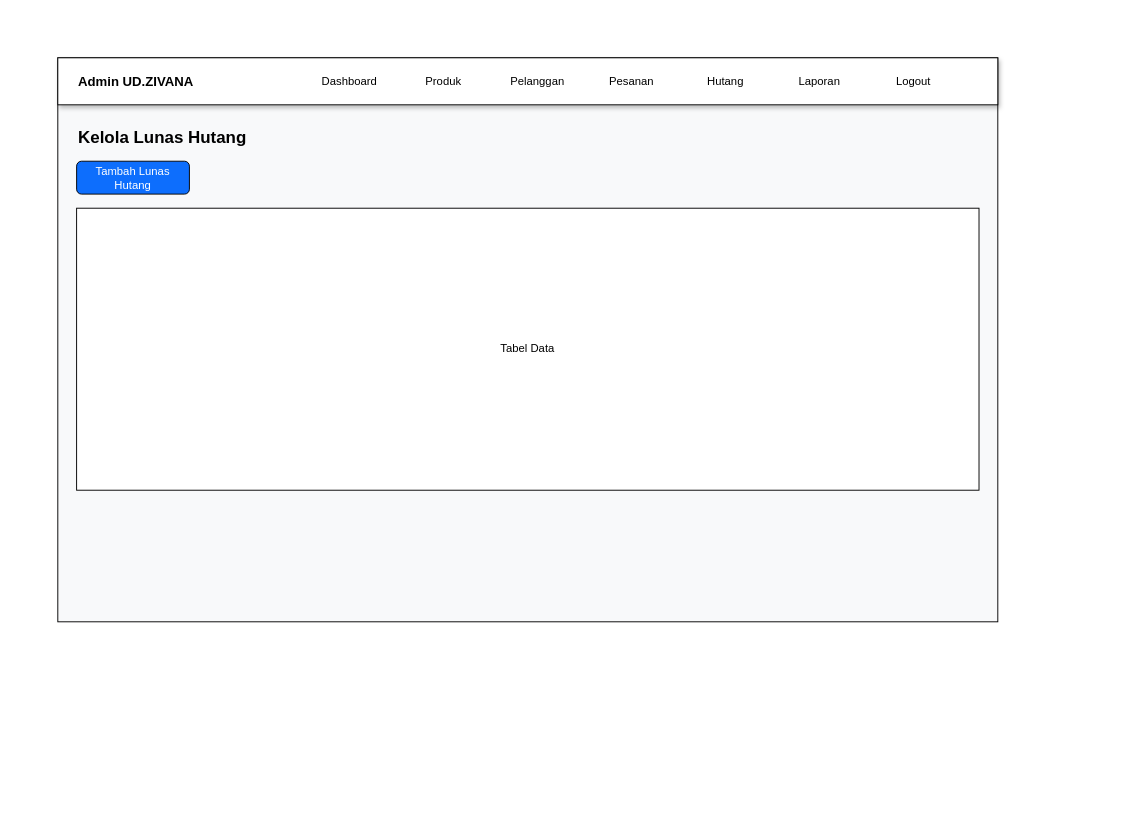
Earlier version of the draw.io diagram diagram/desain/admin/lunas_hutang.drawio (RajaSunrise/ud_zivana). Source tidied: cells renumbered, new cells numbered last; positions are measured from the earlier drawing's top-left corner, leaving out a move shared by most shapes. Both pictures are drawn from the tidied source at 94%, with x=0, y=0 at pixel (57, 57).
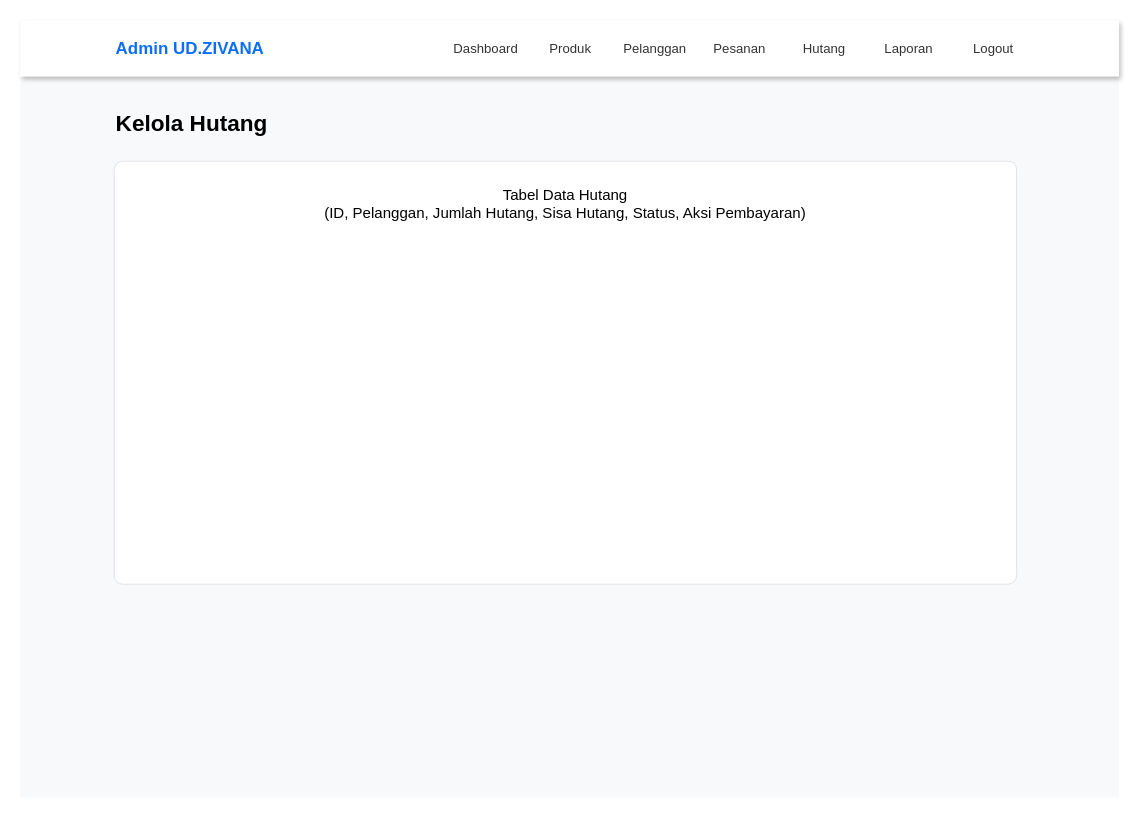
The same diagram, later.

Diff of the diagram source:
```diff
@@
 <mxGraphModel>
   <root>
     <mxCell id="0" />
     <mxCell id="1" parent="0" />
-    <mxCell id="2" style="rounded=0;whiteSpace=wrap;html=1;fillColor=#f8f9fa;" parent="1" vertex="1">
-      <mxGeometry width="1000" height="600" as="geometry" />
+    <mxCell id="2" style="rounded=0;whiteSpace=wrap;html=1;fillColor=#f8f9fa;strokeColor=none;" parent="1" vertex="1">
+      <mxGeometry x="-40" y="-40" width="1169" height="827" as="geometry" />
     </mxCell>
-    <mxCell id="3" style="rounded=0;whiteSpace=wrap;html=1;fillColor=#ffffff;shadow=1;" parent="1" vertex="1">
-      <mxGeometry width="1000" height="50" as="geometry" />
-    </mxCell>
+    <mxCell id="15" style="rounded=0;whiteSpace=wrap;html=1;fillColor=#ffffff;shadow=1;strokeColor=none;" parent="1" vertex="1">
+      <mxGeometry x="-40" y="-40" width="1169" height="60" as="geometry" />
+    </mxCell>
-    <mxCell id="4" value="Admin UD.ZIVANA" style="text;html=1;strokeColor=none;fillColor=none;align=left;verticalAlign=middle;fontStyle=1;fontSize=14;" parent="1" vertex="1">
-      <mxGeometry x="20" width="200" height="50" as="geometry" />
+    <mxCell id="4" value="Admin UD.ZIVANA" style="text;html=1;strokeColor=none;fillColor=none;align=left;verticalAlign=middle;fontStyle=1;fontSize=18;fontColor=#0d6efd;" parent="1" vertex="1">
+      <mxGeometry x="60" y="-30" width="200" height="40" as="geometry" />
     </mxCell>
-    <mxCell id="5" value="Dashboard" style="text;html=1;strokeColor=none;fillColor=none;align=center;verticalAlign=middle;" parent="1" vertex="1">
-      <mxGeometry x="260" width="100" height="50" as="geometry" />
+    <mxCell id="5" value="Dashboard" style="text;html=1;strokeColor=none;fillColor=none;align=center;verticalAlign=middle;fontSize=14;fontColor=#333333;" parent="1" vertex="1">
+      <mxGeometry x="410" y="-30" width="90" height="40" as="geometry" />
     </mxCell>
-    <mxCell id="6" value="Produk" style="text;html=1;strokeColor=none;fillColor=none;align=center;verticalAlign=middle;" parent="1" vertex="1">
-      <mxGeometry x="360" width="100" height="50" as="geometry" />
+    <mxCell id="6" value="Produk" style="text;html=1;strokeColor=none;fillColor=none;align=center;verticalAlign=middle;fontSize=14;fontColor=#333333;" parent="1" vertex="1">
+      <mxGeometry x="500" y="-30" width="90" height="40" as="geometry" />
     </mxCell>
-    <mxCell id="7" value="Pelanggan" style="text;html=1;strokeColor=none;fillColor=none;align=center;verticalAlign=middle;" parent="1" vertex="1">
-      <mxGeometry x="460" width="100" height="50" as="geometry" />
+    <mxCell id="7" value="Pelanggan" style="text;html=1;strokeColor=none;fillColor=none;align=center;verticalAlign=middle;fontSize=14;fontColor=#333333;" parent="1" vertex="1">
+      <mxGeometry x="590" y="-30" width="90" height="40" as="geometry" />
     </mxCell>
-    <mxCell id="8" value="Pesanan" style="text;html=1;strokeColor=none;fillColor=none;align=center;verticalAlign=middle;" parent="1" vertex="1">
-      <mxGeometry x="560" width="100" height="50" as="geometry" />
+    <mxCell id="8" value="Pesanan" style="text;html=1;strokeColor=none;fillColor=none;align=center;verticalAlign=middle;fontSize=14;fontColor=#333333;" parent="1" vertex="1">
+      <mxGeometry x="680" y="-30" width="90" height="40" as="geometry" />
     </mxCell>
-    <mxCell id="9" value="Hutang" style="text;html=1;strokeColor=none;fillColor=none;align=center;verticalAlign=middle;" parent="1" vertex="1">
-      <mxGeometry x="660" width="100" height="50" as="geometry" />
+    <mxCell id="9" value="Hutang" style="text;html=1;strokeColor=none;fillColor=none;align=center;verticalAlign=middle;fontSize=14;fontColor=#333333;" parent="1" vertex="1">
+      <mxGeometry x="770" y="-30" width="90" height="40" as="geometry" />
     </mxCell>
-    <mxCell id="10" value="Laporan" style="text;html=1;strokeColor=none;fillColor=none;align=center;verticalAlign=middle;" parent="1" vertex="1">
-      <mxGeometry x="760" width="100" height="50" as="geometry" />
+    <mxCell id="10" value="Laporan" style="text;html=1;strokeColor=none;fillColor=none;align=center;verticalAlign=middle;fontSize=14;fontColor=#333333;" parent="1" vertex="1">
+      <mxGeometry x="860" y="-30" width="90" height="40" as="geometry" />
     </mxCell>
-    <mxCell id="11" value="Logout" style="text;html=1;strokeColor=none;fillColor=none;align=center;verticalAlign=middle;" parent="1" vertex="1">
-      <mxGeometry x="860" width="100" height="50" as="geometry" />
+    <mxCell id="11" value="Logout" style="text;html=1;strokeColor=none;fillColor=none;align=center;verticalAlign=middle;fontSize=14;fontColor=#333333;" parent="1" vertex="1">
+      <mxGeometry x="950" y="-30" width="90" height="40" as="geometry" />
     </mxCell>
-    <mxCell id="12" value="Kelola Lunas Hutang" style="text;html=1;strokeColor=none;fillColor=none;align=left;verticalAlign=middle;fontSize=18;fontStyle=1;" parent="1" vertex="1">
-      <mxGeometry x="20" y="70" width="300" height="30" as="geometry" />
+    <mxCell id="12" value="Kelola Hutang" style="text;html=1;strokeColor=none;fillColor=none;align=left;verticalAlign=middle;fontSize=24;fontStyle=1;" parent="1" vertex="1">
+      <mxGeometry x="60" y="50" width="300" height="40" as="geometry" />
     </mxCell>
-    <mxCell id="13" value="Tambah Lunas Hutang" style="rounded=1;whiteSpace=wrap;html=1;fillColor=#0d6efd;fontColor=#ffffff;" parent="1" vertex="1">
-      <mxGeometry x="20" y="110" width="120" height="35" as="geometry" />
-    </mxCell>
-    <mxCell id="14" value="Tabel Data" style="rounded=0;whiteSpace=wrap;html=1;align=center;verticalAlign=middle;" parent="1" vertex="1">
-      <mxGeometry x="20" y="160" width="960" height="300" as="geometry" />
+    <mxCell id="14" value="Tabel Data Hutang&#10;(ID, Pelanggan, Jumlah Hutang, Sisa Hutang, Status, Aksi Pembayaran)" style="rounded=1;arcSize=2;whiteSpace=wrap;html=1;fillColor=#ffffff;strokeColor=#dee2e6;align=center;verticalAlign=top;spacingTop=20;fontSize=16;" parent="1" vertex="1">
+      <mxGeometry x="60" y="110" width="960" height="450" as="geometry" />
     </mxCell>
   </root>
 </mxGraphModel>
```
